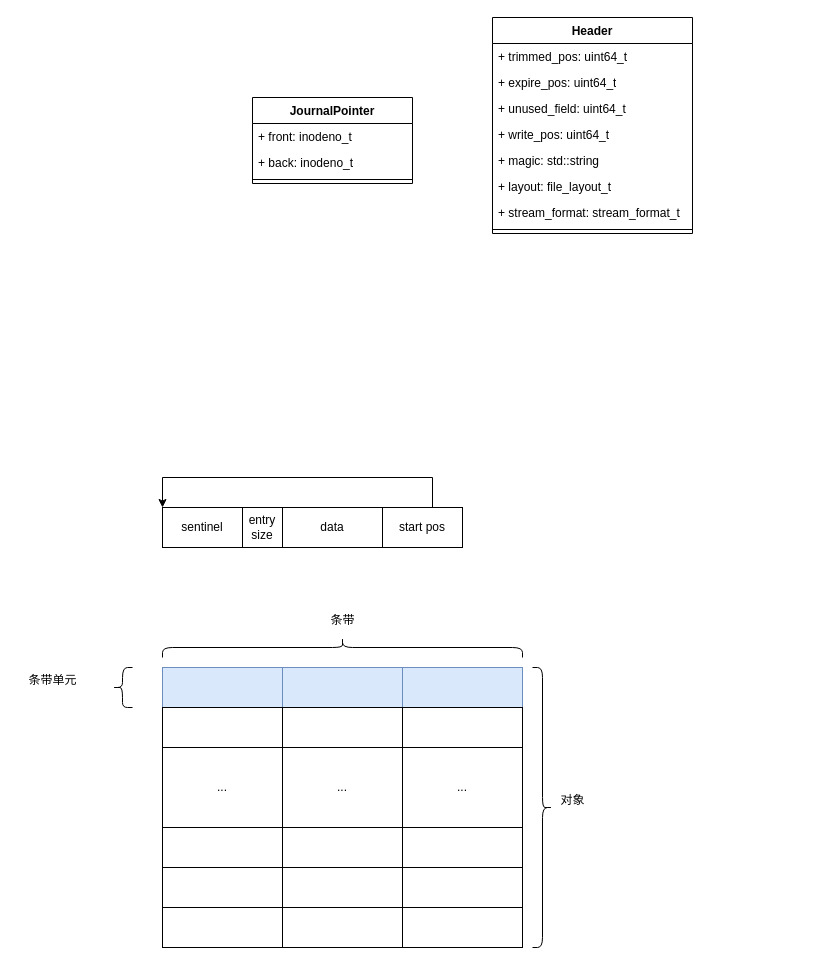
The draw.io diagram mds.drawio in liutimo/liutimo.github.io, before the edit. Source tidied: cells renumbered, new cells numbered last; positions are measured from the earlier drawing's top-left corner, leaving out a move shared by most shapes. Both pictures are drawn from the tidied source at 100%, with x=0, y=0 at pixel (17, 17).
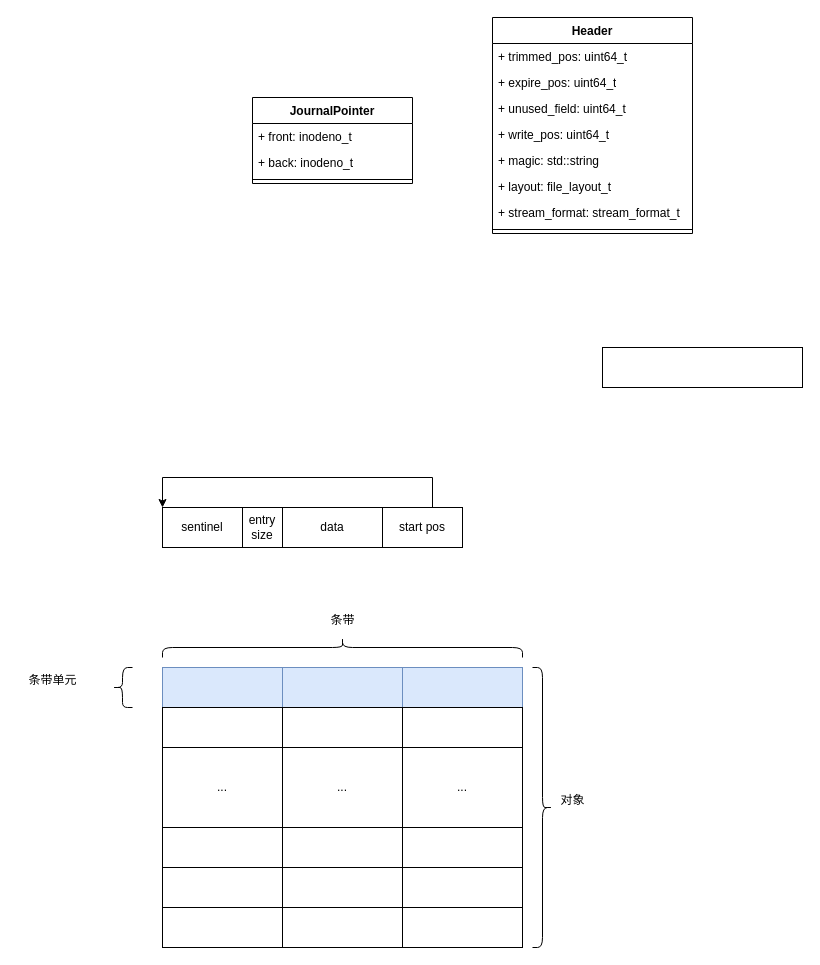
Above is the later version.

The edit, as a diff of the source:
```diff
@@
+    <mxCell id="47" style="rounded=0;whiteSpace=wrap;html=1;" parent="1" vertex="1">
+      <mxGeometry x="585" y="330" width="200" height="40" as="geometry" />
+    </mxCell>
```
